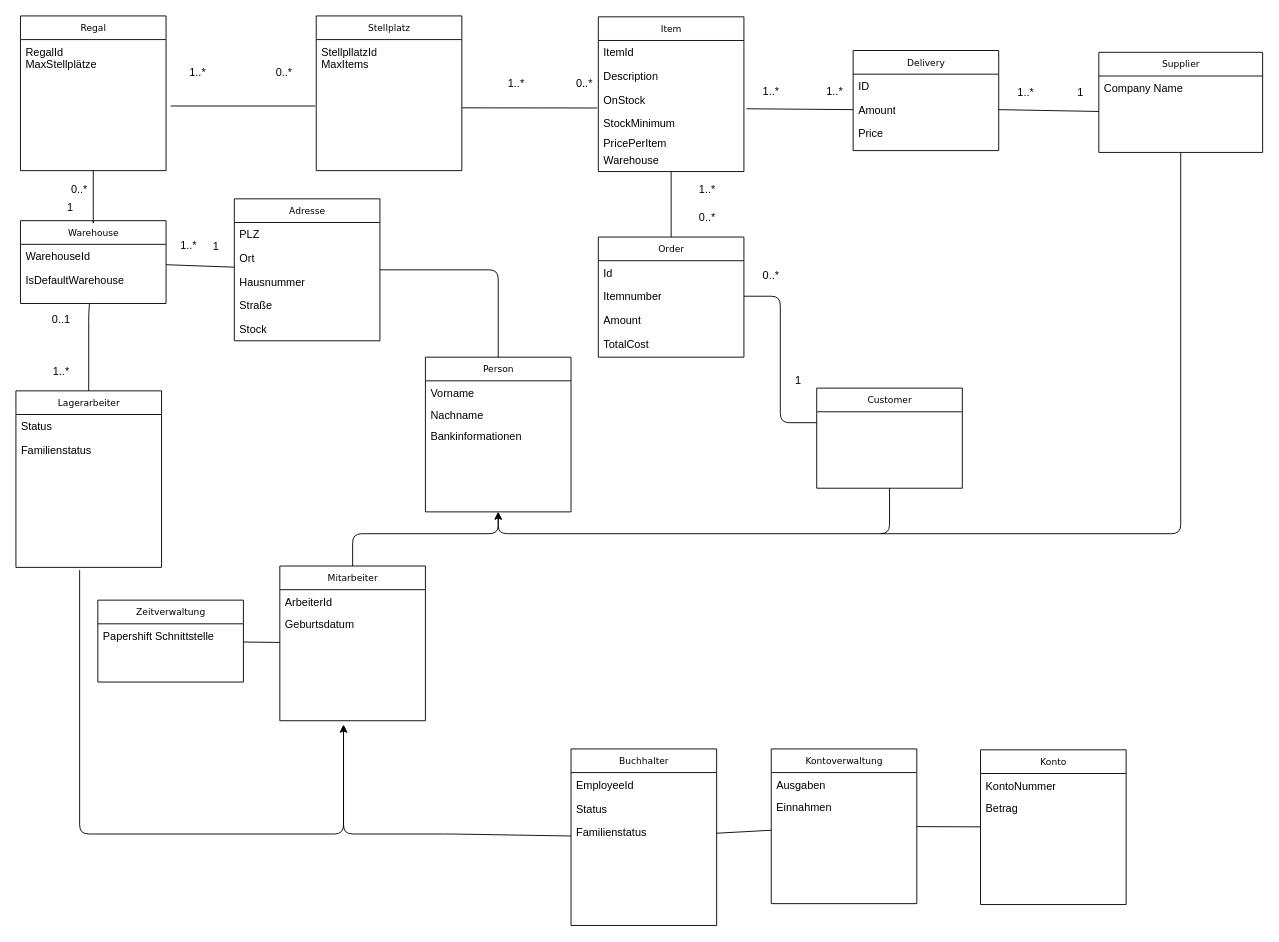
Above: Klassendiagramm/Klassendiagramm.drawio in Klompara/ERP-Scrum (draw.io), before the change. Source tidied: cells renumbered, new cells numbered last; positions are measured from the earlier drawing's top-left corner, leaving out a move shared by most shapes. Both pictures are drawn from the tidied source at 91%, with x=0, y=0 at pixel (15, 15).
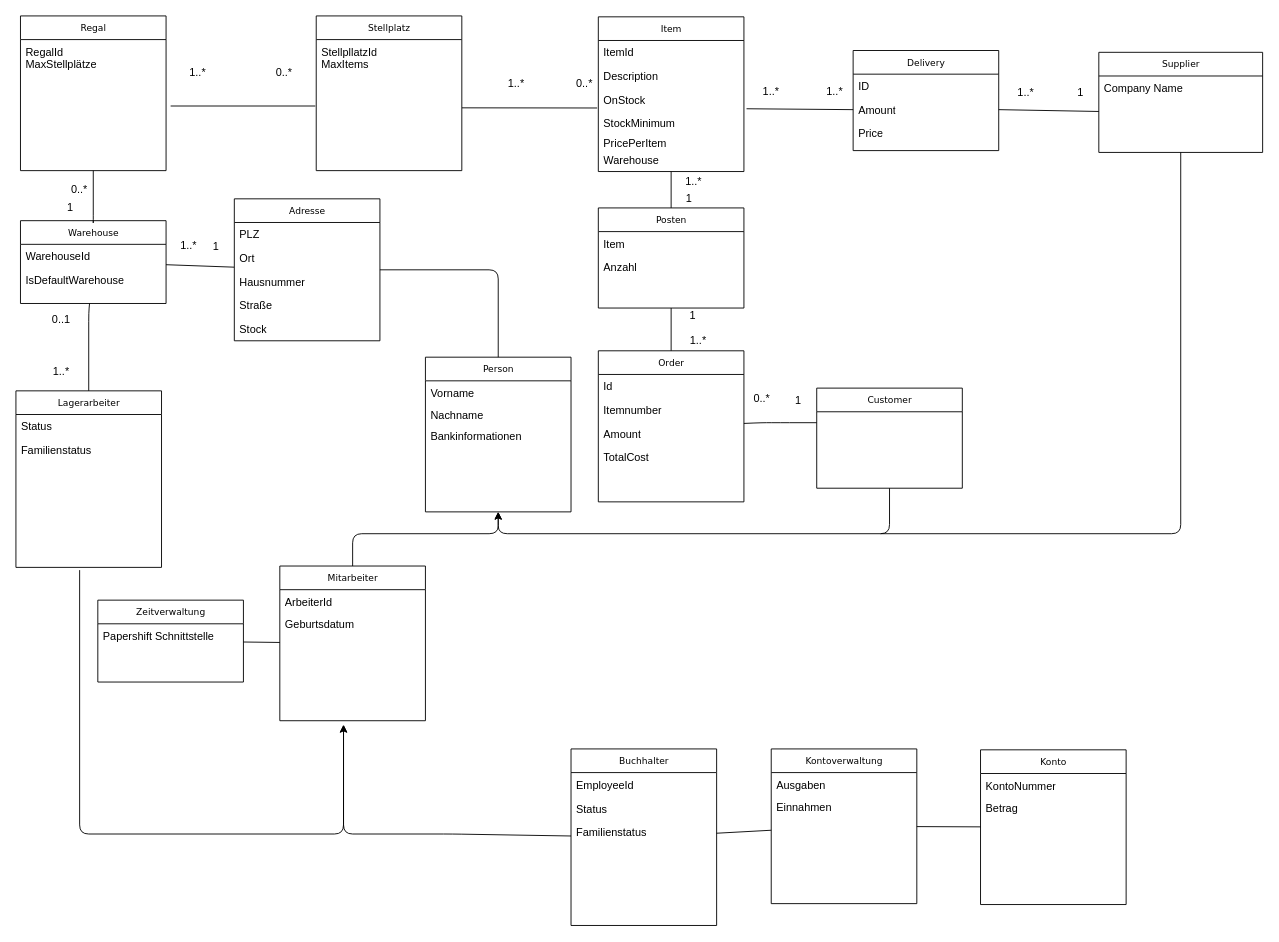
After the change.

Commit message (it also covers changes not shown here):
Klassendiagramm ueberarbeitet

The change refers to these unchanged cells:
```xml
<mxCell id="8" value="Item" style="swimlane;html=1;fontStyle=0;horizontal=1;startSize=26;fillColor=none;swimlaneFillColor=#ffffff;rounded=0;shadow=0;comic=0;labelBackgroundColor=none;strokeColor=#000000;strokeWidth=1;fontFamily=Verdana;fontSize=10;fontColor=#000000;align=center;" parent="1" vertex="1">
  <mxGeometry x="640" y="1" width="160" height="170" as="geometry" />
</mxCell>
<mxCell id="25" value="Itemnumber" style="text;html=1;strokeColor=none;fillColor=none;align=left;verticalAlign=top;spacingLeft=4;spacingRight=4;whiteSpace=wrap;overflow=hidden;points=[[0,0.5],[1,0.5]];portConstraint=eastwest;" parent="23" vertex="1">
  <mxGeometry y="52" width="160" height="26" as="geometry" />
</mxCell>
```

What changed in the source:
```diff
@@
     <mxCell id="23" value="Order" style="swimlane;html=1;fontStyle=0;horizontal=1;startSize=26;fillColor=none;swimlaneFillColor=#ffffff;rounded=0;shadow=0;comic=0;labelBackgroundColor=none;strokeColor=#000000;strokeWidth=1;fontFamily=Verdana;fontSize=10;fontColor=#000000;align=center;" parent="1" vertex="1">
-      <mxGeometry x="640" y="243" width="160" height="132" as="geometry" />
+      <mxGeometry x="640" y="368" width="160" height="166" as="geometry" />
     </mxCell>
@@
-    <mxCell id="30" style="endArrow=none;html=1;entryX=0.5;entryY=1;entryDx=0;entryDy=0;exitX=0.5;exitY=0;exitDx=0;exitDy=0;" parent="1" edge="1" source="23" target="8">
-      <mxGeometry relative="1" as="geometry" />
-    </mxCell>
-    <mxCell id="31" value="1..*" style="text;html=1;strokeColor=none;fillColor=none;align=center;verticalAlign=middle;whiteSpace=wrap;rounded=0;" parent="1" vertex="1">
-      <mxGeometry x="740" y="181" width="40" height="20" as="geometry" />
-    </mxCell>
-    <mxCell id="32" value="0..*" style="text;html=1;strokeColor=none;fillColor=none;align=center;verticalAlign=middle;whiteSpace=wrap;rounded=0;" parent="1" vertex="1">
-      <mxGeometry x="740" y="212" width="40" height="20" as="geometry" />
-    </mxCell>
-    <mxCell id="33" style="endArrow=none;html=1;entryX=1;entryY=0.5;entryDx=0;entryDy=0;exitX=0;exitY=0.5;exitDx=0;exitDy=0;" parent="1" edge="1" target="25">
+    <mxCell id="33" style="endArrow=none;html=1;exitX=0;exitY=0.5;exitDx=0;exitDy=0;" parent="1" edge="1" target="23">
       <mxGeometry relative="1" as="geometry">
         <mxPoint x="880" y="447" as="sourcePoint" />
         <Array as="points">
           <mxPoint x="840" y="447" />
-          <mxPoint x="840" y="308" />
+          <mxPoint x="820" y="447" />
         </Array>
       </mxGeometry>
     </mxCell>
     <mxCell id="34" value="0..*" style="text;html=1;strokeColor=none;fillColor=none;align=center;verticalAlign=middle;whiteSpace=wrap;rounded=0;" parent="1" vertex="1">
-      <mxGeometry x="810" y="276" width="40" height="20" as="geometry" />
+      <mxGeometry x="800" y="411" width="40" height="20" as="geometry" />
     </mxCell>
     <mxCell id="35" value="1" style="text;html=1;strokeColor=none;fillColor=none;align=center;verticalAlign=middle;whiteSpace=wrap;rounded=0;" parent="1" vertex="1">
-      <mxGeometry x="840" y="391" width="40" height="20" as="geometry" />
+      <mxGeometry x="840" y="413" width="40" height="20" as="geometry" />
     </mxCell>
@@
+    <mxCell id="101" value="Posten" style="swimlane;html=1;fontStyle=0;horizontal=1;startSize=26;fillColor=none;swimlaneFillColor=#ffffff;rounded=0;shadow=0;comic=0;labelBackgroundColor=none;strokeColor=#000000;strokeWidth=1;fontFamily=Verdana;fontSize=10;fontColor=#000000;align=center;" parent="1" vertex="1">
+      <mxGeometry x="640" y="211" width="160" height="110" as="geometry" />
+    </mxCell>
+    <mxCell id="102" value="Item" style="text;html=1;strokeColor=none;fillColor=none;align=left;verticalAlign=top;spacingLeft=4;spacingRight=4;whiteSpace=wrap;overflow=hidden;" parent="101" vertex="1">
+      <mxGeometry y="26" width="160" height="26" as="geometry" />
+    </mxCell>
+    <mxCell id="103" value="Anzahl" style="text;html=1;strokeColor=none;fillColor=none;align=left;verticalAlign=top;spacingLeft=4;spacingRight=4;whiteSpace=wrap;overflow=hidden;" parent="101" vertex="1">
+      <mxGeometry y="52" width="160" height="26" as="geometry" />
+    </mxCell>
+    <mxCell id="104" style="endArrow=none;html=1;" parent="1" edge="1" source="101" target="8">
+      <mxGeometry relative="1" as="geometry" />
+    </mxCell>
+    <mxCell id="105" style="endArrow=none;html=1;" parent="1" edge="1" source="101" target="23">
+      <mxGeometry relative="1" as="geometry" />
+    </mxCell>
+    <mxCell id="106" value="1..*" style="text;html=1;strokeColor=none;fillColor=none;align=center;verticalAlign=middle;whiteSpace=wrap;rounded=0;" parent="1" vertex="1">
+      <mxGeometry x="725" y="172" width="40" height="20" as="geometry" />
+    </mxCell>
+    <mxCell id="107" value="1" style="text;html=1;strokeColor=none;fillColor=none;align=center;verticalAlign=middle;whiteSpace=wrap;rounded=0;" parent="1" vertex="1">
+      <mxGeometry x="720" y="191" width="40" height="20" as="geometry" />
+    </mxCell>
+    <mxCell id="108" value="1..*" style="text;html=1;strokeColor=none;fillColor=none;align=center;verticalAlign=middle;whiteSpace=wrap;rounded=0;" parent="1" vertex="1">
+      <mxGeometry x="730" y="347" width="40" height="20" as="geometry" />
+    </mxCell>
+    <mxCell id="109" value="1" style="text;html=1;strokeColor=none;fillColor=none;align=center;verticalAlign=middle;whiteSpace=wrap;rounded=0;" parent="1" vertex="1">
+      <mxGeometry x="724" y="320" width="40" height="20" as="geometry" />
+    </mxCell>
```
